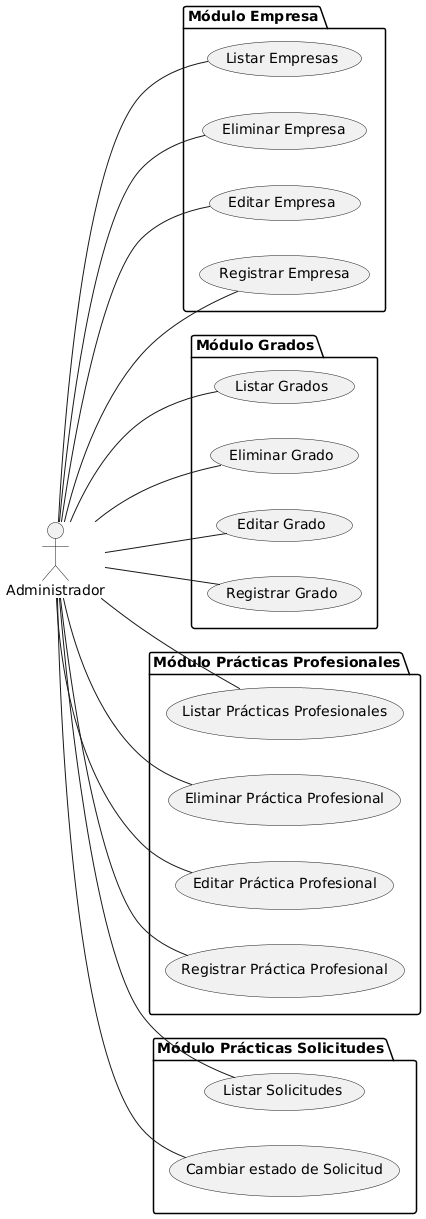
This is digrams/img/CasosDeUso.png from MRSergio21/CemuUNEAT-Documentacion, a PlantUML export, as it was before one commit.
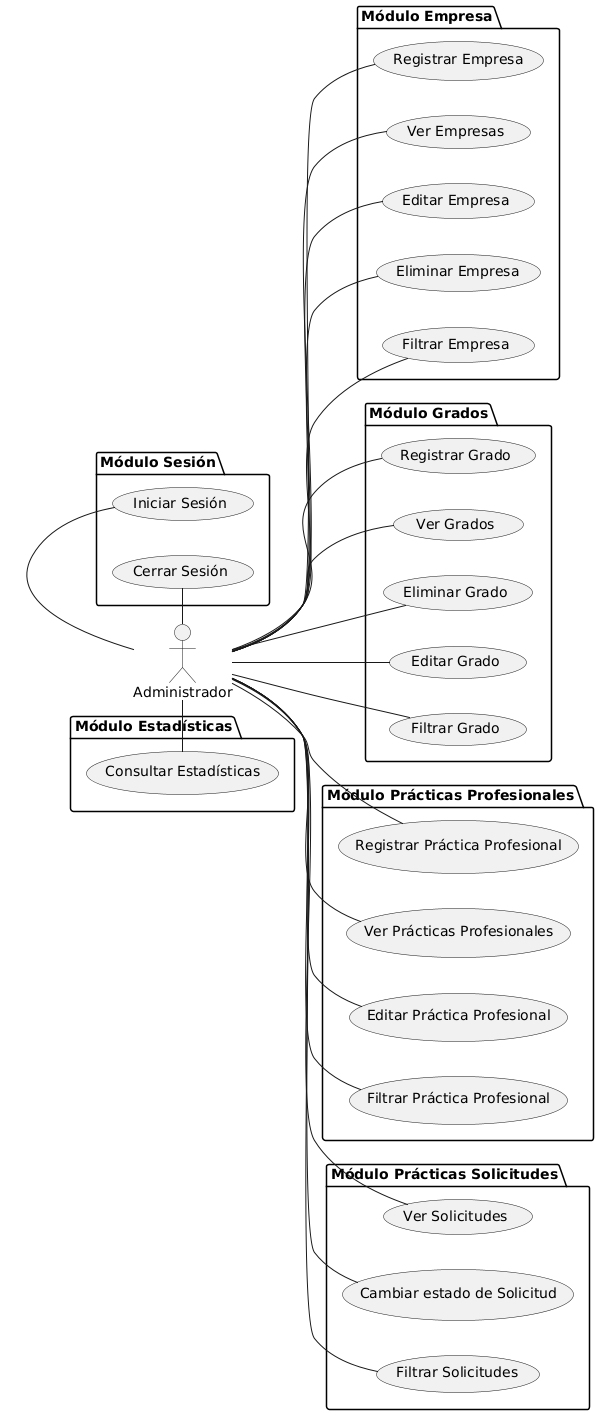
After the change.

The edit, as a diff of the source:
```diff
@@ -5,46 +5,66 @@
 
 
 package "Módulo Empresa" {
-    usecase "Listar Empresas" as E1
-    usecase "Eliminar Empresa" as E2
+    usecase "Registrar Empresa" as E1
+    usecase "Ver Empresas" as E2
     usecase "Editar Empresa" as E3
-    usecase "Registrar Empresa" as E4
+    usecase "Eliminar Empresa" as E4
+    usecase "Filtrar Empresa" as E5
 }
 
 package "Módulo Grados" {
-    usecase "Listar Grados" as G1
-    usecase "Eliminar Grado" as G2
-    usecase "Editar Grado" as G3
-    usecase "Registrar Grado" as G4
+    usecase "Registrar Grado" as G1
+    usecase "Ver Grados" as G2
+    usecase "Eliminar Grado" as G3
+    usecase "Editar Grado" as G4
+    usecase "Filtrar Grado" as G5
 }
 
 package "Módulo Prácticas Profesionales" {
-    usecase "Listar Prácticas Profesionales" as PP1
-    usecase "Eliminar Práctica Profesional" as PP2
-    usecase "Editar Práctica Profesional" as PP3
-    usecase "Registrar Práctica Profesional" as PP4
+    usecase "Registrar Práctica Profesional" as PP1
+    usecase "Ver Prácticas Profesionales" as PP2
+    usecase "Editar Práctica Profesional" as PP4
+    usecase "Filtrar Práctica Profesional" as PP5
 }
 
 package "Módulo Prácticas Solicitudes" {
-    usecase "Listar Solicitudes" as UC1
+    usecase "Ver Solicitudes" as UC1
     usecase "Cambiar estado de Solicitud" as UC2
+    usecase "Filtrar Solicitudes" as UC3
+}
+
+package "Módulo Estadísticas" {
+    usecase "Consultar Estadísticas" as ES1
+}
+
+package "Módulo Sesión" {
+    usecase "Iniciar Sesión" as S1
+    usecase "Cerrar Sesión" as S2
 }
 
 Admin -- E1
 Admin -- E2
 Admin -- E3
 Admin -- E4
+Admin -- E5
 
 Admin -- G1
 Admin -- G2
 Admin -- G3
 Admin -- G4
+Admin -- G5
 
 Admin -- PP1
 Admin -- PP2
-Admin -- PP3
 Admin -- PP4
+Admin -- PP5
 
 Admin -- UC1
 Admin -- UC2
+Admin -- UC3
+
+Admin -l- ES1
+
+Admin -r- S1
+Admin -r- S2
 @enduml
```
